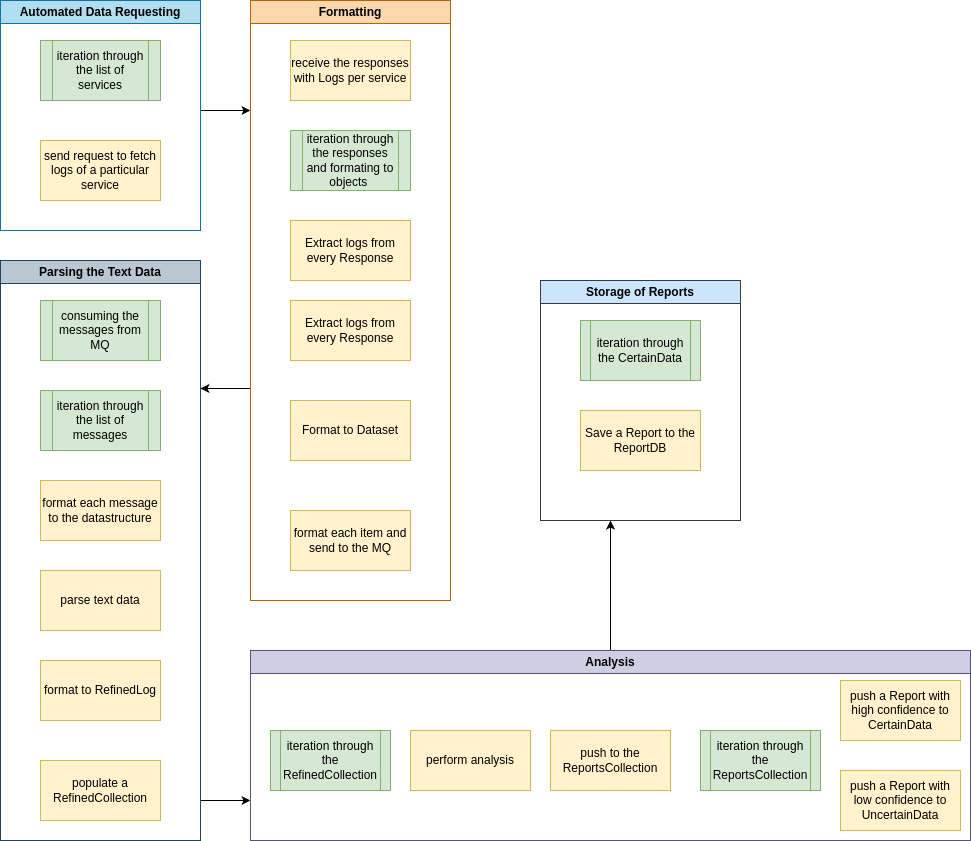
This is services/logging_agent/arch_diagrams/process_view_opt1.png from John321Blacksmith/knowledge_base, a draw.io export, as it was before one commit. Source tidied: cells renumbered, new cells last; positions are measured from the earlier drawing's top-left corner, leaving out a move shared by most shapes. The source it was exported from:
```xml
<mxGraphModel>
  <root>
    <mxCell id="0" />
    <mxCell id="1" parent="0" />
    <mxCell id="2" value="iteration through the list of services" style="shape=process;whiteSpace=wrap;html=1;backgroundOutline=1;labelBackgroundColor=none;fillColor=#d5e8d4;strokeColor=#82b366;" parent="1" vertex="1">
      <mxGeometry x="40" y="40" width="120" height="60" as="geometry" />
    </mxCell>
    <mxCell id="3" style="edgeStyle=orthogonalEdgeStyle;rounded=0;jettySize=auto;html=1;labelBackgroundColor=none;fontColor=default;" parent="1" edge="1" source="4">
      <mxGeometry relative="1" as="geometry">
        <mxPoint x="250" y="110" as="targetPoint" />
        <Array as="points">
          <mxPoint x="210" y="110" />
          <mxPoint x="210" y="110" />
        </Array>
      </mxGeometry>
    </mxCell>
    <mxCell id="4" value="Automated Data Requesting" style="swimlane;whiteSpace=wrap;html=1;labelBackgroundColor=none;fillColor=#b1ddf0;strokeColor=#10739e;" parent="1" vertex="1">
      <mxGeometry width="200" height="230" as="geometry" />
    </mxCell>
    <mxCell id="5" value="send request to fetch logs of a particular service" style="rounded=0;whiteSpace=wrap;html=1;labelBackgroundColor=none;fillColor=#fff2cc;strokeColor=#d6b656;" parent="4" vertex="1">
      <mxGeometry x="40" y="140" width="120" height="60" as="geometry" />
    </mxCell>
    <mxCell id="6" style="edgeStyle=orthogonalEdgeStyle;rounded=0;jettySize=auto;html=1;exitX=0;exitY=0.75;exitDx=0;exitDy=0;labelBackgroundColor=none;fontColor=default;" parent="1" edge="1" source="7">
      <mxGeometry relative="1" as="geometry">
        <mxPoint x="200" y="388" as="targetPoint" />
        <Array as="points">
          <mxPoint x="250" y="388" />
        </Array>
      </mxGeometry>
    </mxCell>
    <mxCell id="7" value="Formatting" style="swimlane;whiteSpace=wrap;html=1;labelBackgroundColor=none;fillColor=#fad7ac;strokeColor=#b46504;" parent="1" vertex="1">
      <mxGeometry x="250" width="200" height="600" as="geometry" />
    </mxCell>
    <mxCell id="8" value="receive the responses with Logs per service" style="rounded=0;whiteSpace=wrap;html=1;labelBackgroundColor=none;fillColor=#fff2cc;strokeColor=#d6b656;" parent="7" vertex="1">
      <mxGeometry x="40" y="40" width="120" height="60" as="geometry" />
    </mxCell>
    <mxCell id="9" value="iteration through the responses and formating to&lt;div&gt;objects&amp;nbsp;&lt;/div&gt;" style="shape=process;whiteSpace=wrap;html=1;backgroundOutline=1;labelBackgroundColor=none;fillColor=#d5e8d4;strokeColor=#82b366;" parent="7" vertex="1">
      <mxGeometry x="40" y="130" width="120" height="60" as="geometry" />
    </mxCell>
    <mxCell id="10" value="format each item and send to the MQ" style="rounded=0;whiteSpace=wrap;html=1;labelBackgroundColor=none;fillColor=#fff2cc;strokeColor=#d6b656;" parent="7" vertex="1">
      <mxGeometry x="40" y="510" width="120" height="60" as="geometry" />
    </mxCell>
    <mxCell id="11" value="Extract logs from every Response" style="rounded=0;whiteSpace=wrap;html=1;labelBackgroundColor=none;fillColor=#fff2cc;strokeColor=#d6b656;" parent="7" vertex="1">
      <mxGeometry x="40" y="220" width="120" height="60" as="geometry" />
    </mxCell>
    <mxCell id="12" value="Extract logs from every Response" style="rounded=0;whiteSpace=wrap;html=1;labelBackgroundColor=none;fillColor=#fff2cc;strokeColor=#d6b656;" parent="7" vertex="1">
      <mxGeometry x="40" y="300" width="120" height="60" as="geometry" />
    </mxCell>
    <mxCell id="13" value="Format to Dataset" style="rounded=0;whiteSpace=wrap;html=1;labelBackgroundColor=none;fillColor=#fff2cc;strokeColor=#d6b656;" parent="7" vertex="1">
      <mxGeometry x="40" y="400" width="120" height="60" as="geometry" />
    </mxCell>
    <mxCell id="14" style="edgeStyle=orthogonalEdgeStyle;rounded=0;jettySize=auto;html=1;labelBackgroundColor=none;fontColor=default;" parent="1" edge="1" source="15">
      <mxGeometry relative="1" as="geometry">
        <mxPoint x="250" y="800" as="targetPoint" />
        <Array as="points">
          <mxPoint x="250" y="800" />
          <mxPoint x="250" y="800" />
        </Array>
      </mxGeometry>
    </mxCell>
    <mxCell id="15" value="Parsing the Text Data" style="swimlane;whiteSpace=wrap;html=1;labelBackgroundColor=none;fillColor=#bac8d3;strokeColor=#23445d;" parent="1" vertex="1">
      <mxGeometry y="260" width="200" height="580" as="geometry" />
    </mxCell>
    <mxCell id="16" value="consuming the messages from MQ" style="shape=process;whiteSpace=wrap;html=1;backgroundOutline=1;labelBackgroundColor=none;fillColor=#d5e8d4;strokeColor=#82b366;" parent="15" vertex="1">
      <mxGeometry x="40" y="40" width="120" height="60" as="geometry" />
    </mxCell>
    <mxCell id="17" value="iteration through the list of messages" style="shape=process;whiteSpace=wrap;html=1;backgroundOutline=1;labelBackgroundColor=none;fillColor=#d5e8d4;strokeColor=#82b366;" parent="15" vertex="1">
      <mxGeometry x="40" y="130" width="120" height="60" as="geometry" />
    </mxCell>
    <mxCell id="18" value="format each message to the datastructure" style="rounded=0;whiteSpace=wrap;html=1;labelBackgroundColor=none;fillColor=#fff2cc;strokeColor=#d6b656;" parent="15" vertex="1">
      <mxGeometry x="40" y="220" width="120" height="60" as="geometry" />
    </mxCell>
    <mxCell id="19" value="parse text data" style="whiteSpace=wrap;html=1;rounded=0;labelBackgroundColor=none;fillColor=#fff2cc;strokeColor=#d6b656;" parent="15" vertex="1">
      <mxGeometry x="40" y="310" width="120" height="60" as="geometry" />
    </mxCell>
    <mxCell id="20" value="format to RefinedLog" style="whiteSpace=wrap;html=1;rounded=0;labelBackgroundColor=none;fillColor=#fff2cc;strokeColor=#d6b656;" parent="15" vertex="1">
      <mxGeometry x="40" y="400" width="120" height="60" as="geometry" />
    </mxCell>
    <mxCell id="21" value="populate a RefinedCollection" style="whiteSpace=wrap;html=1;rounded=0;labelBackgroundColor=none;fillColor=#fff2cc;strokeColor=#d6b656;" parent="15" vertex="1">
      <mxGeometry x="40" y="500" width="120" height="60" as="geometry" />
    </mxCell>
    <mxCell id="22" style="edgeStyle=orthogonalEdgeStyle;rounded=0;jettySize=auto;html=1;labelBackgroundColor=none;fontColor=default;" parent="1" edge="1" source="23">
      <mxGeometry relative="1" as="geometry">
        <mxPoint x="610" y="520" as="targetPoint" />
      </mxGeometry>
    </mxCell>
    <mxCell id="23" value="Analysis" style="swimlane;whiteSpace=wrap;html=1;labelBackgroundColor=none;fillColor=#d0cee2;strokeColor=#56517e;" parent="1" vertex="1">
      <mxGeometry x="250" y="650" width="720" height="190" as="geometry" />
    </mxCell>
    <mxCell id="24" value="iteration through the RefinedCollection" style="shape=process;whiteSpace=wrap;html=1;backgroundOutline=1;size=0.08333333333333333;labelBackgroundColor=none;fillColor=#d5e8d4;strokeColor=#82b366;" parent="23" vertex="1">
      <mxGeometry x="20" y="80" width="120" height="60" as="geometry" />
    </mxCell>
    <mxCell id="25" value="perform analysis" style="whiteSpace=wrap;html=1;rounded=0;labelBackgroundColor=none;fillColor=#fff2cc;strokeColor=#d6b656;" parent="23" vertex="1">
      <mxGeometry x="160" y="80" width="120" height="60" as="geometry" />
    </mxCell>
    <mxCell id="26" value="push to the ReportsCollection" style="whiteSpace=wrap;html=1;rounded=0;labelBackgroundColor=none;fillColor=#fff2cc;strokeColor=#d6b656;" parent="23" vertex="1">
      <mxGeometry x="300" y="80" width="120" height="60" as="geometry" />
    </mxCell>
    <mxCell id="27" value="iteration through the ReportsCollection" style="shape=process;whiteSpace=wrap;html=1;backgroundOutline=1;size=0.08333333333333333;labelBackgroundColor=none;fillColor=#d5e8d4;strokeColor=#82b366;" parent="23" vertex="1">
      <mxGeometry x="450" y="80" width="120" height="60" as="geometry" />
    </mxCell>
    <mxCell id="28" value="push a Report with low confidence to UncertainData" style="whiteSpace=wrap;html=1;rounded=0;labelBackgroundColor=none;fillColor=#fff2cc;strokeColor=#d6b656;" parent="23" vertex="1">
      <mxGeometry x="590" y="120" width="120" height="60" as="geometry" />
    </mxCell>
    <mxCell id="29" value="push a Report with high confidence to CertainData" style="whiteSpace=wrap;html=1;rounded=0;labelBackgroundColor=none;fillColor=#fff2cc;strokeColor=#d6b656;" parent="23" vertex="1">
      <mxGeometry x="590" y="30" width="120" height="60" as="geometry" />
    </mxCell>
    <mxCell id="30" value="Storage of Reports" style="swimlane;whiteSpace=wrap;html=1;labelBackgroundColor=none;fillColor=#cce5ff;strokeColor=#36393d;" parent="1" vertex="1">
      <mxGeometry x="540" y="280" width="200" height="240" as="geometry" />
    </mxCell>
    <mxCell id="31" value="iteration through the CertainData" style="shape=process;whiteSpace=wrap;html=1;backgroundOutline=1;size=0.08333333333333333;labelBackgroundColor=none;fillColor=#d5e8d4;strokeColor=#82b366;" parent="30" vertex="1">
      <mxGeometry x="40" y="40" width="120" height="60" as="geometry" />
    </mxCell>
    <mxCell id="32" value="Save a Report to the ReportDB" style="whiteSpace=wrap;html=1;rounded=0;labelBackgroundColor=none;fillColor=#fff2cc;strokeColor=#d6b656;" parent="30" vertex="1">
      <mxGeometry x="40" y="130" width="120" height="60" as="geometry" />
    </mxCell>
  </root>
</mxGraphModel>
```
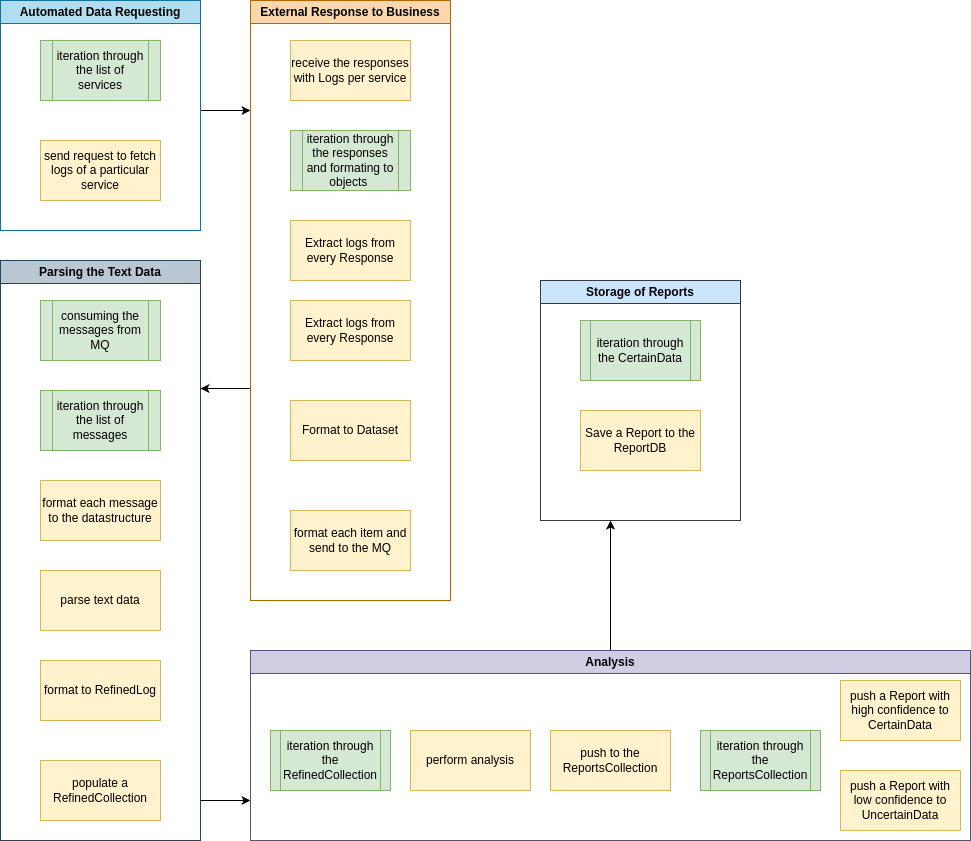
Above is the later version.

The edit, as a diff of the source:
```diff
@@ -28,7 +28,7 @@
         </Array>
       </mxGeometry>
     </mxCell>
-    <mxCell id="7" value="Formatting" style="swimlane;whiteSpace=wrap;html=1;labelBackgroundColor=none;fillColor=#fad7ac;strokeColor=#b46504;" parent="1" vertex="1">
+    <mxCell id="7" value="External Response to Business" style="swimlane;whiteSpace=wrap;html=1;labelBackgroundColor=none;fillColor=#fad7ac;strokeColor=#b46504;" parent="1" vertex="1">
       <mxGeometry x="250" width="200" height="600" as="geometry" />
     </mxCell>
     <mxCell id="8" value="receive the responses with Logs per service" style="rounded=0;whiteSpace=wrap;html=1;labelBackgroundColor=none;fillColor=#fff2cc;strokeColor=#d6b656;" parent="7" vertex="1">
```
